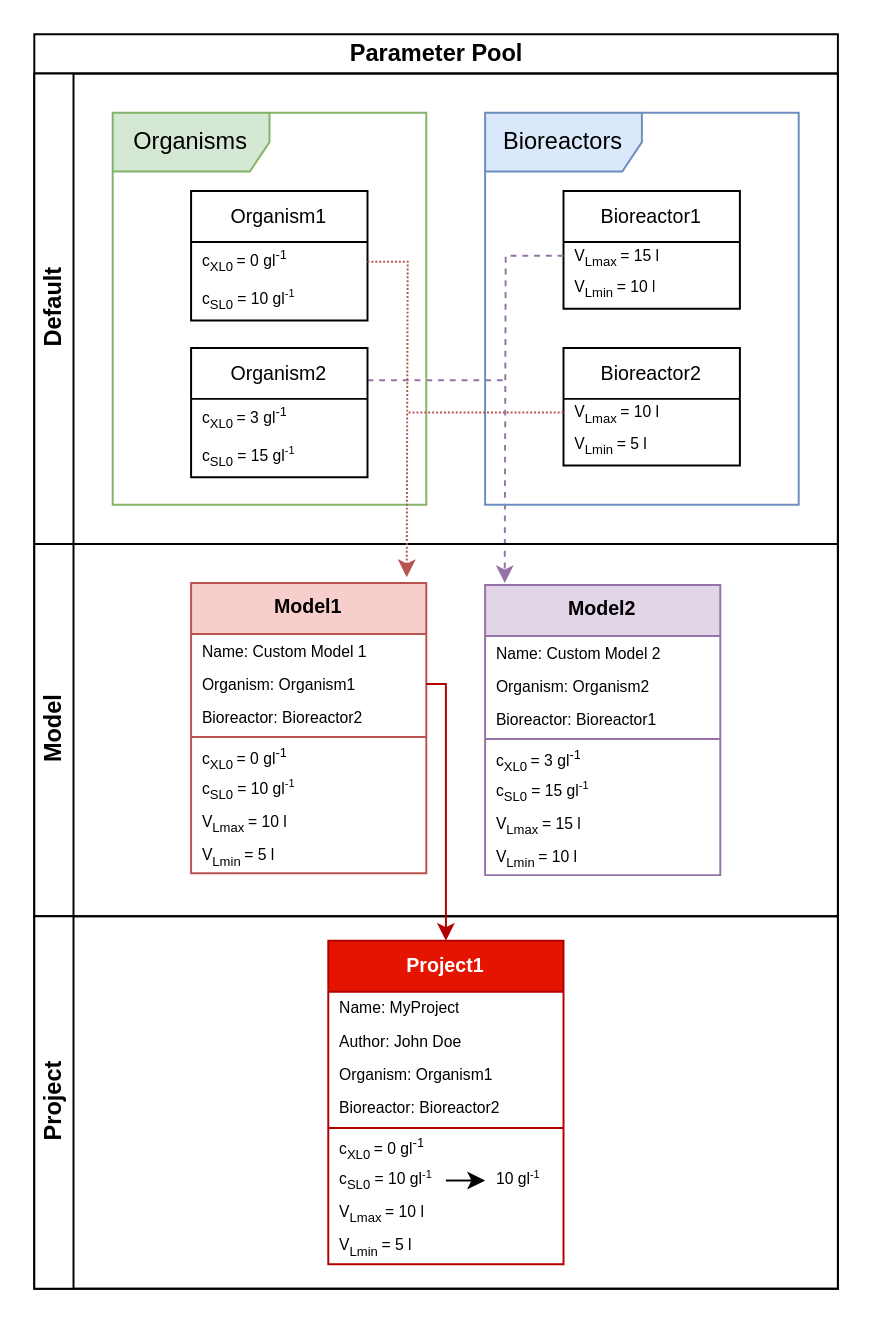
Yumatlab/bioprocesssimulation keeps this draw.io diagram as ParameterPool.drawio. Above is the earlier version. Source tidied: cells renumbered, new cells numbered last; positions are measured from the earlier drawing's top-left corner, leaving out a move shared by most shapes. Both pictures are drawn from the tidied source at 196%, with x=0, y=0 at pixel (33, 33).
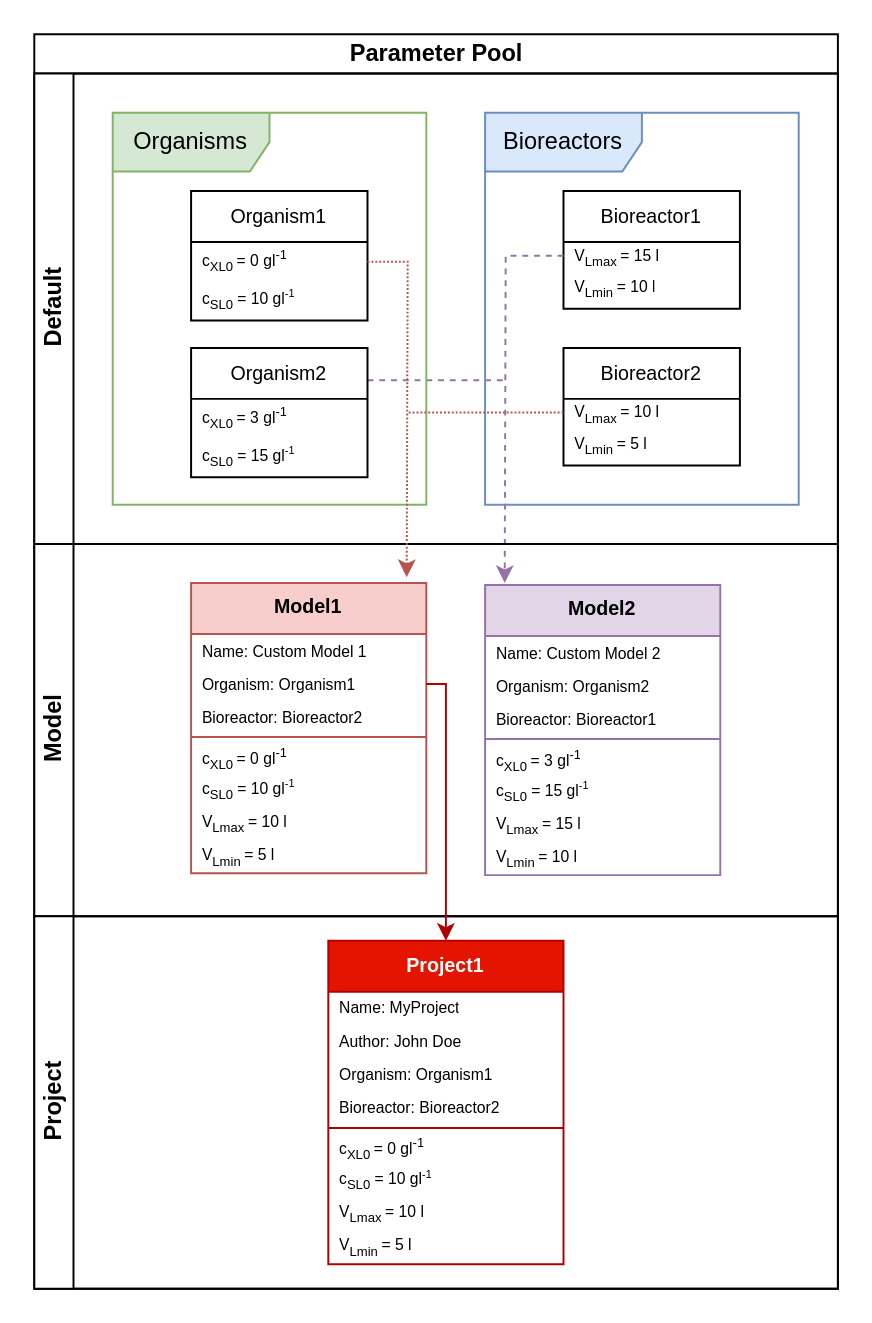
Above is the later version.

The change refers to these unchanged cells:
```xml
<mxCell id="40" value="Project1" style="swimlane;fontStyle=1;align=center;verticalAlign=top;horizontal=1;startSize=26;whiteSpace=wrap;html=1;fontSize=10;fillColor=#e51400;strokeColor=#B20000;fontColor=#ffffff;" parent="39" vertex="1">
  <mxGeometry x="150" y="12.5" width="120" height="165" as="geometry" />
</mxCell>
```

Change to the diagram source:
```diff
@@
-    <mxCell id="47" style="endArrow=classic;html=1;rounded=0;" parent="40" edge="1">
-      <mxGeometry relative="1" as="geometry">
-        <mxPoint x="60" y="122.3" as="sourcePoint" />
-        <mxPoint x="80" y="122.3" as="targetPoint" />
-      </mxGeometry>
-    </mxCell>
-    <mxCell id="48" value="c&lt;sub&gt;SL0&lt;/sub&gt;&amp;nbsp;= 10 gl&lt;span style=&quot;font-size: 6.66667px;&quot;&gt;&lt;sup&gt;-1&amp;nbsp;&lt;/sup&gt;&lt;/span&gt;&amp;nbsp;&lt;span style=&quot;white-space: pre;&quot;&gt;&#9;&lt;/span&gt;&lt;span style=&quot;white-space: pre;&quot;&gt;&#9;&lt;/span&gt;&amp;nbsp; &amp;nbsp; 10 gl&lt;span style=&quot;font-size: 6.66667px;&quot;&gt;&lt;sup&gt;-1&lt;/sup&gt;&lt;/span&gt;" style="text;strokeColor=none;fillColor=none;align=left;verticalAlign=middle;spacingLeft=4;spacingRight=4;overflow=hidden;whiteSpace=wrap;html=1;fontSize=8;horizontal=1;" parent="40" vertex="1">
+    <mxCell id="48" value="c&lt;sub&gt;SL0&lt;/sub&gt;&amp;nbsp;= 10 gl&lt;span style=&quot;font-size: 6.66667px;&quot;&gt;&lt;sup&gt;-1&lt;/sup&gt;&lt;/span&gt;" style="text;strokeColor=none;fillColor=none;align=left;verticalAlign=middle;spacingLeft=4;spacingRight=4;overflow=hidden;whiteSpace=wrap;html=1;fontSize=8;horizontal=1;" parent="40" vertex="1">
       <mxGeometry y="114" width="120" height="17" as="geometry" />
     </mxCell>
```
